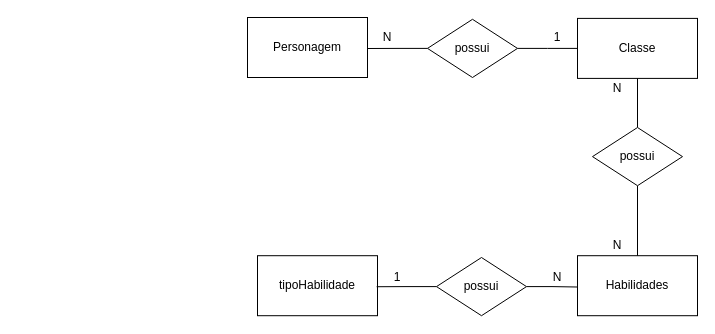
Earlier version of the draw.io diagram Modelagens/Conceitual/Hroads-Conceitual.drawio (Luccas-Lopez/ProjetoHroads-Tarde). Source tidied: cells renumbered, new cells numbered last; positions are measured from the earlier drawing's top-left corner, leaving out a move shared by most shapes. Both pictures are drawn from the tidied source at 100%, with x=0, y=0 at pixel (247, 17).
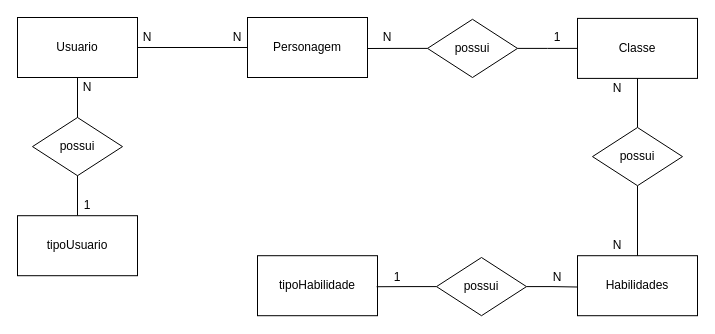
The same diagram, later.

Unchanged cells that the change refers to:
```xml
<mxCell id="3" value="Personagem" style="rounded=0;whiteSpace=wrap;html=1;" parent="1" vertex="1">
  <mxGeometry width="120" height="60" as="geometry" />
</mxCell>
```

The edit, as a diff of the source:
```diff
@@
+    <mxCell id="21" style="edgeStyle=orthogonalEdgeStyle;rounded=0;jettySize=auto;html=1;entryX=0;entryY=0.5;entryDx=0;entryDy=0;endArrow=none;endFill=0;" parent="1" edge="1" source="23" target="3">
+      <mxGeometry relative="1" as="geometry" />
+    </mxCell>
+    <mxCell id="22" style="edgeStyle=orthogonalEdgeStyle;rounded=0;jettySize=auto;html=1;entryX=0.5;entryY=0;entryDx=0;entryDy=0;endArrow=none;endFill=0;" parent="1" edge="1" source="23" target="24">
+      <mxGeometry relative="1" as="geometry" />
+    </mxCell>
+    <mxCell id="23" value="Usuario" style="rounded=0;whiteSpace=wrap;html=1;" parent="1" vertex="1">
+      <mxGeometry x="-230" width="120" height="60" as="geometry" />
+    </mxCell>
+    <mxCell id="24" value="tipoUsuario" style="rounded=0;whiteSpace=wrap;html=1;" parent="1" vertex="1">
+      <mxGeometry x="-230" y="198.2" width="120" height="60" as="geometry" />
+    </mxCell>
+    <mxCell id="25" value="possui" style="rhombus;whiteSpace=wrap;html=1;" parent="1" vertex="1">
+      <mxGeometry x="-215" y="100" width="90" height="58.2" as="geometry" />
+    </mxCell>
+    <mxCell id="26" value="N" style="text;html=1;strokeColor=none;fillColor=none;align=center;verticalAlign=middle;whiteSpace=wrap;rounded=0;" parent="1" vertex="1">
+      <mxGeometry x="-30" y="10" width="40" height="20" as="geometry" />
+    </mxCell>
+    <mxCell id="27" value="N" style="text;html=1;strokeColor=none;fillColor=none;align=center;verticalAlign=middle;whiteSpace=wrap;rounded=0;" parent="1" vertex="1">
+      <mxGeometry x="-180" y="60" width="40" height="20" as="geometry" />
+    </mxCell>
+    <mxCell id="28" value="1" style="text;html=1;strokeColor=none;fillColor=none;align=center;verticalAlign=middle;whiteSpace=wrap;rounded=0;" parent="1" vertex="1">
+      <mxGeometry x="-180" y="178.2" width="40" height="20" as="geometry" />
+    </mxCell>
+    <mxCell id="29" value="N" style="text;html=1;strokeColor=none;fillColor=none;align=center;verticalAlign=middle;whiteSpace=wrap;rounded=0;" parent="1" vertex="1">
+      <mxGeometry x="-120" y="10" width="40" height="20" as="geometry" />
+    </mxCell>
```
